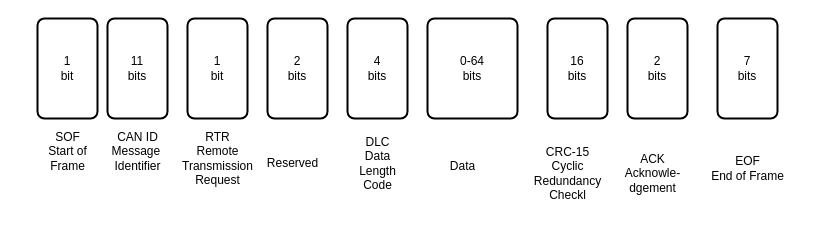
This is Untitled Diagram.drawio from manujo-varghese/30-Days-Of-Python, a draw.io file, before an edit. Source tidied: cells renumbered, new cells numbered last; positions are measured from the earlier drawing's top-left corner, leaving out a move shared by most shapes. Both pictures are drawn from the tidied source at 100%, with x=0, y=0 at pixel (37, 18).
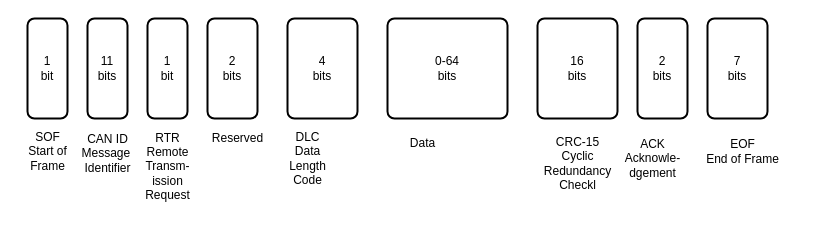
Above is the later version.

Change to the diagram source:
```diff
@@
 <mxGraphModel>
   <root>
     <mxCell id="0" />
     <mxCell id="1" parent="0" />
     <mxCell id="2" value="11&lt;br&gt;bits" style="rounded=1;whiteSpace=wrap;html=1;absoluteArcSize=1;arcSize=14;strokeWidth=2;" parent="1" vertex="1">
-      <mxGeometry x="70" width="60" height="100" as="geometry" />
+      <mxGeometry x="50" width="40" height="100" as="geometry" />
     </mxCell>
     <mxCell id="3" value="7&lt;br&gt;bits" style="rounded=1;whiteSpace=wrap;html=1;absoluteArcSize=1;arcSize=14;strokeWidth=2;" parent="1" vertex="1">
-      <mxGeometry x="680" width="60" height="100" as="geometry" />
+      <mxGeometry x="670" width="60" height="100" as="geometry" />
     </mxCell>
     <mxCell id="4" value="2&lt;br&gt;bits" style="rounded=1;whiteSpace=wrap;html=1;absoluteArcSize=1;arcSize=14;strokeWidth=2;" parent="1" vertex="1">
-      <mxGeometry x="590" width="60" height="100" as="geometry" />
+      <mxGeometry x="600" width="50" height="100" as="geometry" />
     </mxCell>
     <mxCell id="5" value="16&lt;br&gt;bits" style="rounded=1;whiteSpace=wrap;html=1;absoluteArcSize=1;arcSize=14;strokeWidth=2;" parent="1" vertex="1">
-      <mxGeometry x="510" width="60" height="100" as="geometry" />
+      <mxGeometry x="500" width="80" height="100" as="geometry" />
     </mxCell>
     <mxCell id="6" value="0-64&lt;br&gt;bits" style="rounded=1;whiteSpace=wrap;html=1;absoluteArcSize=1;arcSize=14;strokeWidth=2;" parent="1" vertex="1">
-      <mxGeometry x="390" width="90" height="100" as="geometry" />
+      <mxGeometry x="350" width="120" height="100" as="geometry" />
     </mxCell>
     <mxCell id="7" value="4&lt;br&gt;bits" style="rounded=1;whiteSpace=wrap;html=1;absoluteArcSize=1;arcSize=14;strokeWidth=2;" parent="1" vertex="1">
-      <mxGeometry x="310" width="60" height="100" as="geometry" />
+      <mxGeometry x="250" width="70" height="100" as="geometry" />
     </mxCell>
     <mxCell id="8" value="2&lt;br&gt;bits" style="rounded=1;whiteSpace=wrap;html=1;absoluteArcSize=1;arcSize=14;strokeWidth=2;" parent="1" vertex="1">
-      <mxGeometry x="230" width="60" height="100" as="geometry" />
+      <mxGeometry x="170" width="50" height="100" as="geometry" />
     </mxCell>
     <mxCell id="9" value="1&lt;br&gt;bit" style="rounded=1;whiteSpace=wrap;html=1;absoluteArcSize=1;arcSize=14;strokeWidth=2;" parent="1" vertex="1">
-      <mxGeometry x="150" width="60" height="100" as="geometry" />
+      <mxGeometry x="110" width="40" height="100" as="geometry" />
     </mxCell>
     <mxCell id="10" value="1&lt;br&gt;bit" style="rounded=1;whiteSpace=wrap;html=1;absoluteArcSize=1;arcSize=14;strokeWidth=2;" parent="1" vertex="1">
-      <mxGeometry width="60" height="100" as="geometry" />
+      <mxGeometry x="-10" width="40" height="100" as="geometry" />
     </mxCell>
     <mxCell id="11" value="SOF&lt;br&gt;Start of &lt;br&gt;Frame" style="text;html=1;align=center;verticalAlign=middle;strokeColor=none;fillColor=none;" parent="1" vertex="1">
-      <mxGeometry y="103" width="60" height="60" as="geometry" />
+      <mxGeometry x="-20" y="103" width="60" height="60" as="geometry" />
     </mxCell>
     <mxCell id="12" value="CAN ID&lt;br&gt;Message&amp;nbsp;&lt;br&gt;Identifier" style="text;html=1;align=center;verticalAlign=middle;strokeColor=none;fillColor=none;" parent="1" vertex="1">
-      <mxGeometry x="60" y="103" width="80" height="60" as="geometry" />
+      <mxGeometry x="30" y="105" width="80" height="60" as="geometry" />
     </mxCell>
-    <mxCell id="13" value="RTR&lt;br&gt;Remote&lt;br&gt;Transmission&lt;br&gt;Request" style="text;html=1;align=center;verticalAlign=middle;strokeColor=none;fillColor=none;" parent="1" vertex="1">
-      <mxGeometry x="135" y="105" width="90" height="70" as="geometry" />
+    <mxCell id="13" value="RTR&lt;br&gt;Remote&lt;br&gt;Transm-&lt;br&gt;ission&lt;br&gt;Request" style="text;html=1;align=center;verticalAlign=middle;strokeColor=none;fillColor=none;" parent="1" vertex="1">
+      <mxGeometry x="95" y="103" width="70" height="90" as="geometry" />
     </mxCell>
     <mxCell id="14" value="Reserved" style="text;html=1;align=center;verticalAlign=middle;strokeColor=none;fillColor=none;" parent="1" vertex="1">
-      <mxGeometry x="220" y="130" width="70" height="30" as="geometry" />
+      <mxGeometry x="165" y="105" width="70" height="30" as="geometry" />
     </mxCell>
     <mxCell id="15" value="DLC&lt;br&gt;Data&lt;br&gt;Length&lt;br&gt;Code" style="text;html=1;align=center;verticalAlign=middle;strokeColor=none;fillColor=none;" parent="1" vertex="1">
-      <mxGeometry x="310" y="110" width="60" height="70" as="geometry" />
+      <mxGeometry x="240" y="105" width="60" height="70" as="geometry" />
     </mxCell>
     <mxCell id="16" value="Data" style="text;html=1;align=center;verticalAlign=middle;strokeColor=none;fillColor=none;" parent="1" vertex="1">
-      <mxGeometry x="400" y="133" width="50" height="30" as="geometry" />
+      <mxGeometry x="360" y="110" width="50" height="30" as="geometry" />
     </mxCell>
     <mxCell id="17" value="CRC-15&lt;br&gt;Cyclic&lt;br&gt;Redundancy&lt;br&gt;Checkl" style="text;html=1;align=center;verticalAlign=middle;strokeColor=none;fillColor=none;" parent="1" vertex="1">
-      <mxGeometry x="485" y="120" width="90" height="70" as="geometry" />
+      <mxGeometry x="495" y="110" width="90" height="70" as="geometry" />
     </mxCell>
     <mxCell id="18" value="ACK&lt;br&gt;Acknowle-&lt;br&gt;dgement" style="text;html=1;align=center;verticalAlign=middle;strokeColor=none;fillColor=none;" parent="1" vertex="1">
-      <mxGeometry x="575" y="125" width="80" height="60" as="geometry" />
+      <mxGeometry x="575" y="110" width="80" height="60" as="geometry" />
     </mxCell>
     <mxCell id="19" value="EOF&lt;br&gt;End of Frame" style="text;html=1;align=center;verticalAlign=middle;strokeColor=none;fillColor=none;" parent="1" vertex="1">
-      <mxGeometry x="660" y="130" width="100" height="40" as="geometry" />
+      <mxGeometry x="655" y="113" width="100" height="40" as="geometry" />
     </mxCell>
   </root>
 </mxGraphModel>
```
